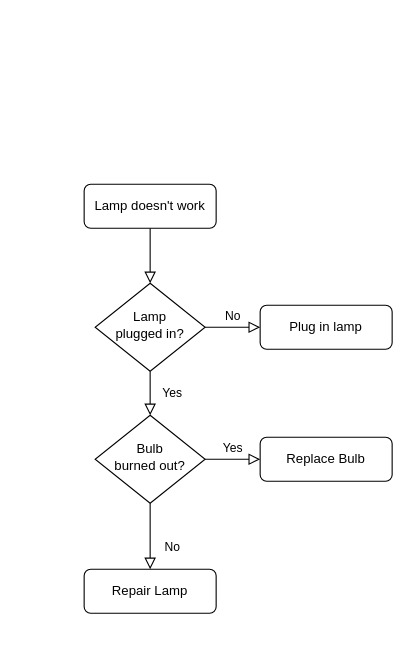
The draw.io diagram micro1.drawio in mmuurraatt/My-Projects-On-Github, before the edit. Source tidied: cells renumbered, new cells numbered last; positions are measured from the earlier drawing's top-left corner, leaving out a move shared by most shapes. Both pictures are drawn from the tidied source at 110%, with x=0, y=0 at pixel (84, 184).
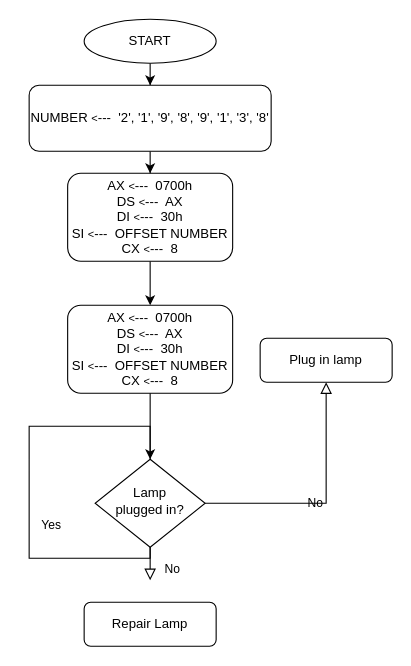
After the change.

What changed in the source:
```diff
@@
-    <mxCell id="2" style="rounded=0;html=1;jettySize=auto;fontSize=11;endArrow=block;endFill=0;endSize=8;strokeWidth=1;shadow=0;labelBackgroundColor=none;edgeStyle=orthogonalEdgeStyle;" parent="1" edge="1" source="3" target="6">
-      <mxGeometry relative="1" as="geometry" />
-    </mxCell>
+    <mxCell id="13" style="edgeStyle=orthogonalEdgeStyle;rounded=0;jettySize=auto;html=1;fontSize=12;" parent="1" edge="1" source="3" target="20">
+      <mxGeometry relative="1" as="geometry" />
+    </mxCell>
-    <mxCell id="3" value="Lamp doesn't work" style="rounded=1;whiteSpace=wrap;html=1;fontSize=12;glass=0;strokeWidth=1;shadow=0;" parent="1" vertex="1">
-      <mxGeometry width="120" height="40" as="geometry" />
+    <mxCell id="3" value="AX &lt;font size=&quot;1&quot;&gt;&amp;lt;&lt;/font&gt;---&amp;nbsp; 0700h&lt;br&gt;DS&amp;nbsp;&lt;font style=&quot;font-size: 10px&quot;&gt;&amp;lt;&lt;/font&gt;&lt;font style=&quot;font-size: 12px&quot;&gt;---&lt;/font&gt;&amp;nbsp; AX&lt;br&gt;DI&amp;nbsp;&lt;font size=&quot;1&quot;&gt;&amp;lt;&lt;/font&gt;---&amp;nbsp; 30h&lt;br&gt;SI&amp;nbsp;&lt;font size=&quot;1&quot;&gt;&amp;lt;&lt;/font&gt;---&amp;nbsp; OFFSET NUMBER&lt;br&gt;CX&amp;nbsp;&lt;font size=&quot;1&quot;&gt;&amp;lt;&lt;/font&gt;---&amp;nbsp; 8" style="rounded=1;whiteSpace=wrap;html=1;fontSize=12;glass=0;strokeWidth=1;shadow=0;" parent="1" vertex="1">
+      <mxGeometry x="-15" y="-10" width="150" height="80" as="geometry" />
     </mxCell>
-    <mxCell id="4" value="Yes" style="rounded=0;html=1;jettySize=auto;fontSize=11;endArrow=block;endFill=0;endSize=8;strokeWidth=1;shadow=0;labelBackgroundColor=none;edgeStyle=orthogonalEdgeStyle;" parent="1" edge="1" source="6" target="10">
-      <mxGeometry y="20" relative="1" as="geometry" />
+    <mxCell id="4" value="Yes" style="rounded=0;html=1;jettySize=auto;fontSize=11;endArrow=block;endFill=0;endSize=8;strokeWidth=1;shadow=0;labelBackgroundColor=none;edgeStyle=orthogonalEdgeStyle;" parent="1" edge="1" source="6">
+      <mxGeometry y="20" relative="1" as="geometry">
+        <mxPoint x="60" y="250" as="targetPoint" />
+        <Array as="points">
+          <mxPoint x="60" y="220" />
+          <mxPoint x="-50" y="220" />
+          <mxPoint x="-50" y="340" />
+          <mxPoint x="60" y="340" />
+        </Array>
+      </mxGeometry>
     </mxCell>
@@
     <mxCell id="6" value="Lamp&lt;br&gt;plugged in?" style="rhombus;whiteSpace=wrap;html=1;shadow=0;fontFamily=Helvetica;fontSize=12;align=center;strokeWidth=1;spacing=6;spacingTop=-4;" parent="1" vertex="1">
-      <mxGeometry x="10" y="90" width="100" height="80" as="geometry" />
+      <mxGeometry x="10" y="250" width="100" height="80" as="geometry" />
     </mxCell>
     <mxCell id="7" value="Plug in lamp" style="rounded=1;whiteSpace=wrap;html=1;fontSize=12;glass=0;strokeWidth=1;shadow=0;" parent="1" vertex="1">
-      <mxGeometry x="160" y="110" width="120" height="40" as="geometry" />
+      <mxGeometry x="160" y="140" width="120" height="40" as="geometry" />
     </mxCell>
-    <mxCell id="8" value="No" style="rounded=0;html=1;jettySize=auto;fontSize=11;endArrow=block;endFill=0;endSize=8;strokeWidth=1;shadow=0;labelBackgroundColor=none;edgeStyle=orthogonalEdgeStyle;" parent="1" edge="1" source="10" target="11">
-      <mxGeometry x="0.33" y="20" relative="1" as="geometry" />
+    <mxCell id="8" value="No" style="rounded=0;html=1;jettySize=auto;orthogonalLoop=1;fontSize=11;endArrow=block;endFill=0;endSize=8;strokeWidth=1;shadow=0;labelBackgroundColor=none;edgeStyle=orthogonalEdgeStyle;" parent="1" edge="1">
+      <mxGeometry x="0.33" y="20" relative="1" as="geometry">
+        <mxPoint x="60" y="330" as="sourcePoint" />
+        <mxPoint x="60" y="360" as="targetPoint" />
+      </mxGeometry>
     </mxCell>
-    <mxCell id="9" value="Yes" style="edgeStyle=orthogonalEdgeStyle;rounded=0;html=1;jettySize=auto;fontSize=11;endArrow=block;endFill=0;endSize=8;strokeWidth=1;shadow=0;labelBackgroundColor=none;" parent="1" edge="1" source="10" target="12">
-      <mxGeometry y="10" relative="1" as="geometry" />
-    </mxCell>
-    <mxCell id="10" value="Bulb&lt;br&gt;burned out?" style="rhombus;whiteSpace=wrap;html=1;shadow=0;fontFamily=Helvetica;fontSize=12;align=center;strokeWidth=1;spacing=6;spacingTop=-4;" parent="1" vertex="1">
-      <mxGeometry x="10" y="210" width="100" height="80" as="geometry" />
-    </mxCell>
     <mxCell id="11" value="Repair Lamp" style="rounded=1;whiteSpace=wrap;html=1;fontSize=12;glass=0;strokeWidth=1;shadow=0;" parent="1" vertex="1">
-      <mxGeometry y="350" width="120" height="40" as="geometry" />
+      <mxGeometry y="380" width="120" height="40" as="geometry" />
     </mxCell>
-    <mxCell id="12" value="Replace Bulb" style="rounded=1;whiteSpace=wrap;html=1;fontSize=12;glass=0;strokeWidth=1;shadow=0;" parent="1" vertex="1">
-      <mxGeometry x="160" y="230" width="120" height="40" as="geometry" />
-    </mxCell>
+    <mxCell id="14" style="edgeStyle=orthogonalEdgeStyle;rounded=0;jettySize=auto;html=1;entryX=0.5;entryY=0;entryDx=0;entryDy=0;" parent="1" edge="1" source="15" target="18">
+      <mxGeometry relative="1" as="geometry" />
+    </mxCell>
+    <mxCell id="15" value="START" style="ellipse;whiteSpace=wrap;html=1;" parent="1" vertex="1">
+      <mxGeometry y="-150" width="120" height="40" as="geometry" />
+    </mxCell>
+    <mxCell id="16" style="edgeStyle=orthogonalEdgeStyle;rounded=0;orthogonalLoop=1;jettySize=auto;html=1;exitX=0.5;exitY=1;exitDx=0;exitDy=0;fontSize=9;" parent="1" edge="1" source="3" target="3">
+      <mxGeometry relative="1" as="geometry" />
+    </mxCell>
+    <mxCell id="17" style="edgeStyle=orthogonalEdgeStyle;rounded=0;jettySize=auto;html=1;entryX=0.5;entryY=0;entryDx=0;entryDy=0;fontSize=9;" parent="1" edge="1" source="18" target="3">
+      <mxGeometry relative="1" as="geometry" />
+    </mxCell>
+    <mxCell id="18" value="NUMBER&amp;nbsp;&lt;font size=&quot;1&quot;&gt;&amp;lt;&lt;/font&gt;---&amp;nbsp; '2', '1', '9', '8', '9', '1', '3', '8'&lt;br&gt;" style="rounded=1;whiteSpace=wrap;html=1;fontSize=12;glass=0;strokeWidth=1;shadow=0;" parent="1" vertex="1">
+      <mxGeometry x="-50" y="-90" width="220" height="60" as="geometry" />
+    </mxCell>
+    <mxCell id="19" style="edgeStyle=orthogonalEdgeStyle;rounded=0;jettySize=auto;html=1;exitX=0.5;exitY=1;exitDx=0;exitDy=0;fontSize=12;entryX=0.5;entryY=0;entryDx=0;entryDy=0;" parent="1" edge="1" source="20" target="6">
+      <mxGeometry relative="1" as="geometry">
+        <Array as="points">
+          <mxPoint x="60" y="180" />
+        </Array>
+      </mxGeometry>
+    </mxCell>
+    <mxCell id="20" value="AX &lt;font size=&quot;1&quot;&gt;&amp;lt;&lt;/font&gt;---&amp;nbsp; 0700h&lt;br&gt;DS&amp;nbsp;&lt;font style=&quot;font-size: 10px&quot;&gt;&amp;lt;&lt;/font&gt;&lt;font style=&quot;font-size: 12px&quot;&gt;---&lt;/font&gt;&amp;nbsp; AX&lt;br&gt;DI&amp;nbsp;&lt;font size=&quot;1&quot;&gt;&amp;lt;&lt;/font&gt;---&amp;nbsp; 30h&lt;br&gt;SI&amp;nbsp;&lt;font size=&quot;1&quot;&gt;&amp;lt;&lt;/font&gt;---&amp;nbsp; OFFSET NUMBER&lt;br&gt;CX&amp;nbsp;&lt;font size=&quot;1&quot;&gt;&amp;lt;&lt;/font&gt;---&amp;nbsp; 8" style="rounded=1;whiteSpace=wrap;html=1;fontSize=12;glass=0;strokeWidth=1;shadow=0;" parent="1" vertex="1">
+      <mxGeometry x="-15" y="110" width="150" height="80" as="geometry" />
+    </mxCell>
```
